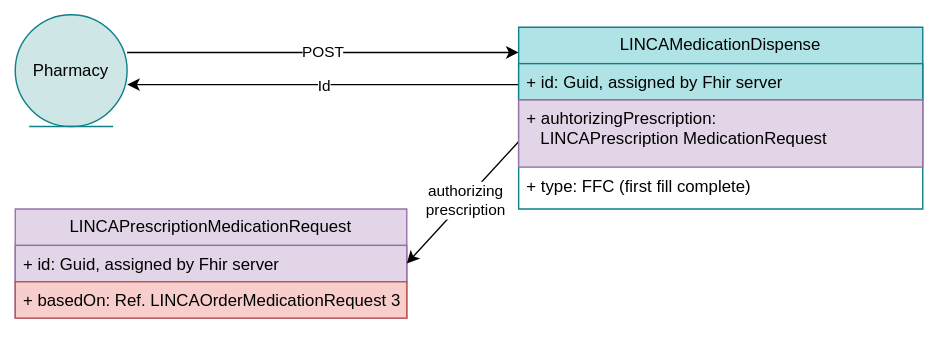
Above: r5-LinkedCare-dev/UserStory_016_diagram.svg in HL7Austria/hl7austria.github.io (draw.io), before the change. Source tidied: cells renumbered, new cells last; positions are measured from the earlier drawing's top-left corner, leaving out a move shared by most shapes. The source it was exported from:
```xml
<mxGraphModel>
  <root>
    <mxCell id="0" />
    <mxCell id="1" parent="0" />
    <mxCell id="2" value="Pharmacy" style="ellipse;shape=umlEntity;whiteSpace=wrap;html=1;fillColor=#CFE6E7;strokeColor=#0e8088;" parent="1" vertex="1">
      <mxGeometry width="80" height="80" as="geometry" />
    </mxCell>
    <mxCell id="3" value="POST" style="endArrow=classic;html=1;rounded=0;" parent="1" edge="1">
      <mxGeometry relative="1" as="geometry">
        <mxPoint x="80" y="27" as="sourcePoint" />
        <mxPoint x="360" y="27" as="targetPoint" />
      </mxGeometry>
    </mxCell>
    <mxCell id="4" style="endArrow=classic;html=1;rounded=0;" parent="1" edge="1">
      <mxGeometry relative="1" as="geometry">
        <mxPoint x="360" y="50" as="sourcePoint" />
        <mxPoint x="80" y="50" as="targetPoint" />
      </mxGeometry>
    </mxCell>
    <mxCell id="5" value="Id" style="edgeLabel;html=1;align=center;verticalAlign=middle;" parent="4" vertex="1">
      <mxGeometry relative="1" as="geometry" />
    </mxCell>
    <mxCell id="6" value="LINCAPrescriptionMedicationRequest" style="swimlane;fontStyle=0;horizontal=1;startSize=26;fillColor=#e1d5e7;whiteSpace=wrap;html=1;strokeColor=#9673a6;" parent="1" vertex="1">
      <mxGeometry y="139" width="280" height="78" as="geometry" />
    </mxCell>
    <mxCell id="7" value="+ id: Guid, assigned by Fhir server" style="text;strokeColor=#9673a6;fillColor=#e1d5e7;align=left;verticalAlign=top;spacingLeft=4;spacingRight=4;overflow=hidden;whiteSpace=wrap;html=1;" parent="6" vertex="1">
      <mxGeometry y="26" width="280" height="26" as="geometry" />
    </mxCell>
    <mxCell id="8" value="+ basedOn: Ref. LINCAOrderMedicationRequest 3" style="text;strokeColor=#b85450;fillColor=#f8cecc;align=left;verticalAlign=top;spacingLeft=4;spacingRight=4;overflow=hidden;whiteSpace=wrap;html=1;" parent="6" vertex="1">
      <mxGeometry y="52" width="280" height="26" as="geometry" />
    </mxCell>
    <mxCell id="9" value="LINCAMedicationDispense" style="swimlane;fontStyle=0;horizontal=1;startSize=26;fillColor=#b0e3e6;whiteSpace=wrap;html=1;strokeColor=#0e8088;" parent="1" vertex="1">
      <mxGeometry x="360" y="9" width="289" height="130" as="geometry" />
    </mxCell>
    <mxCell id="10" value="+ id: Guid, assigned by Fhir server" style="text;strokeColor=#0e8088;fillColor=#b0e3e6;align=left;verticalAlign=top;spacingLeft=4;spacingRight=4;overflow=hidden;whiteSpace=wrap;html=1;" parent="9" vertex="1">
      <mxGeometry y="26" width="289" height="26" as="geometry" />
    </mxCell>
    <mxCell id="11" style="endArrow=classic;html=1;rounded=0;entryX=1;entryY=0.5;entryDx=0;entryDy=0;" parent="9" edge="1" target="6">
      <mxGeometry relative="1" as="geometry">
        <mxPoint x="3" y="78.5" as="sourcePoint" />
      </mxGeometry>
    </mxCell>
    <mxCell id="12" value="authorizing &lt;br&gt;prescription" style="edgeLabel;html=1;align=center;verticalAlign=middle;" parent="11" vertex="1">
      <mxGeometry relative="1" as="geometry" />
    </mxCell>
    <mxCell id="13" value="+ auhtorizingPrescription: &lt;br&gt;&amp;nbsp; &amp;nbsp;LINCAPrescription MedicationRequest" style="text;strokeColor=#9673a6;fillColor=#e1d5e7;align=left;verticalAlign=top;spacingLeft=4;spacingRight=4;overflow=hidden;whiteSpace=wrap;html=1;" parent="9" vertex="1">
      <mxGeometry y="52" width="289" height="48" as="geometry" />
    </mxCell>
    <mxCell id="14" value="+ type: FFC (first fill complete)" style="text;align=left;verticalAlign=top;spacingLeft=4;spacingRight=4;overflow=hidden;whiteSpace=wrap;html=1;" parent="9" vertex="1">
      <mxGeometry y="100" width="289" height="30" as="geometry" />
    </mxCell>
  </root>
</mxGraphModel>
```
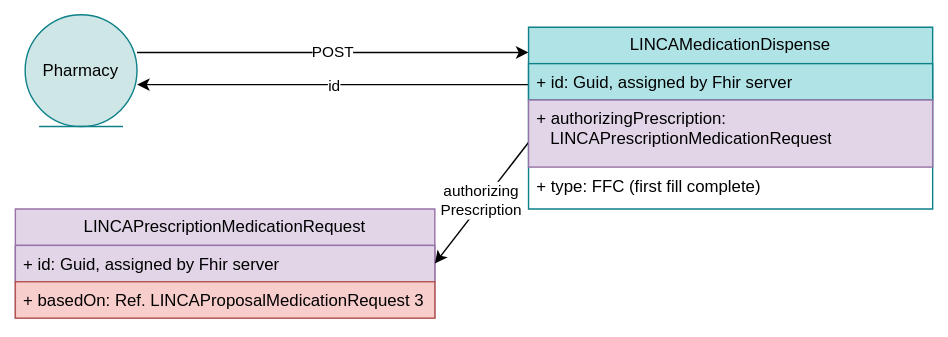
The same file after the commit.

What changed in the source:
```diff
@@ -17,17 +17,17 @@
         <mxPoint x="80" y="50" as="targetPoint" />
       </mxGeometry>
     </mxCell>
-    <mxCell id="5" value="Id" style="edgeLabel;html=1;align=center;verticalAlign=middle;" parent="4" vertex="1">
+    <mxCell id="5" value="id" style="edgeLabel;html=1;align=center;verticalAlign=middle;" parent="4" vertex="1">
       <mxGeometry relative="1" as="geometry" />
     </mxCell>
     <mxCell id="6" value="LINCAPrescriptionMedicationRequest" style="swimlane;fontStyle=0;horizontal=1;startSize=26;fillColor=#e1d5e7;whiteSpace=wrap;html=1;strokeColor=#9673a6;" parent="1" vertex="1">
-      <mxGeometry y="139" width="280" height="78" as="geometry" />
+      <mxGeometry x="-7" y="139" width="300" height="78" as="geometry" />
     </mxCell>
     <mxCell id="7" value="+ id: Guid, assigned by Fhir server" style="text;strokeColor=#9673a6;fillColor=#e1d5e7;align=left;verticalAlign=top;spacingLeft=4;spacingRight=4;overflow=hidden;whiteSpace=wrap;html=1;" parent="6" vertex="1">
-      <mxGeometry y="26" width="280" height="26" as="geometry" />
+      <mxGeometry y="26" width="300" height="26" as="geometry" />
     </mxCell>
-    <mxCell id="8" value="+ basedOn: Ref. LINCAOrderMedicationRequest 3" style="text;strokeColor=#b85450;fillColor=#f8cecc;align=left;verticalAlign=top;spacingLeft=4;spacingRight=4;overflow=hidden;whiteSpace=wrap;html=1;" parent="6" vertex="1">
-      <mxGeometry y="52" width="280" height="26" as="geometry" />
+    <mxCell id="8" value="+ basedOn: Ref. LINCAProposalMedicationRequest 3" style="text;strokeColor=#b85450;fillColor=#f8cecc;align=left;verticalAlign=top;spacingLeft=4;spacingRight=4;overflow=hidden;whiteSpace=wrap;html=1;" parent="6" vertex="1">
+      <mxGeometry y="52" width="300" height="26" as="geometry" />
     </mxCell>
     <mxCell id="9" value="LINCAMedicationDispense" style="swimlane;fontStyle=0;horizontal=1;startSize=26;fillColor=#b0e3e6;whiteSpace=wrap;html=1;strokeColor=#0e8088;" parent="1" vertex="1">
       <mxGeometry x="360" y="9" width="289" height="130" as="geometry" />
@@ -40,10 +40,12 @@
         <mxPoint x="3" y="78.5" as="sourcePoint" />
       </mxGeometry>
     </mxCell>
-    <mxCell id="12" value="authorizing &lt;br&gt;prescription" style="edgeLabel;html=1;align=center;verticalAlign=middle;" parent="11" vertex="1">
-      <mxGeometry relative="1" as="geometry" />
+    <mxCell id="12" value="authorizing &lt;br&gt;Prescription" style="edgeLabel;html=1;align=center;verticalAlign=middle;" parent="11" vertex="1">
+      <mxGeometry relative="1" as="geometry">
+        <mxPoint x="-3" as="offset" />
+      </mxGeometry>
     </mxCell>
-    <mxCell id="13" value="+ auhtorizingPrescription: &lt;br&gt;&amp;nbsp; &amp;nbsp;LINCAPrescription MedicationRequest" style="text;strokeColor=#9673a6;fillColor=#e1d5e7;align=left;verticalAlign=top;spacingLeft=4;spacingRight=4;overflow=hidden;whiteSpace=wrap;html=1;" parent="9" vertex="1">
+    <mxCell id="13" value="+ authorizingPrescription: &lt;br&gt;&amp;nbsp; &amp;nbsp;LINCAPrescriptionMedicationRequest" style="text;strokeColor=#9673a6;fillColor=#e1d5e7;align=left;verticalAlign=top;spacingLeft=4;spacingRight=4;overflow=hidden;whiteSpace=wrap;html=1;" parent="9" vertex="1">
       <mxGeometry y="52" width="289" height="48" as="geometry" />
     </mxCell>
     <mxCell id="14" value="+ type: FFC (first fill complete)" style="text;align=left;verticalAlign=top;spacingLeft=4;spacingRight=4;overflow=hidden;whiteSpace=wrap;html=1;" parent="9" vertex="1">
```
